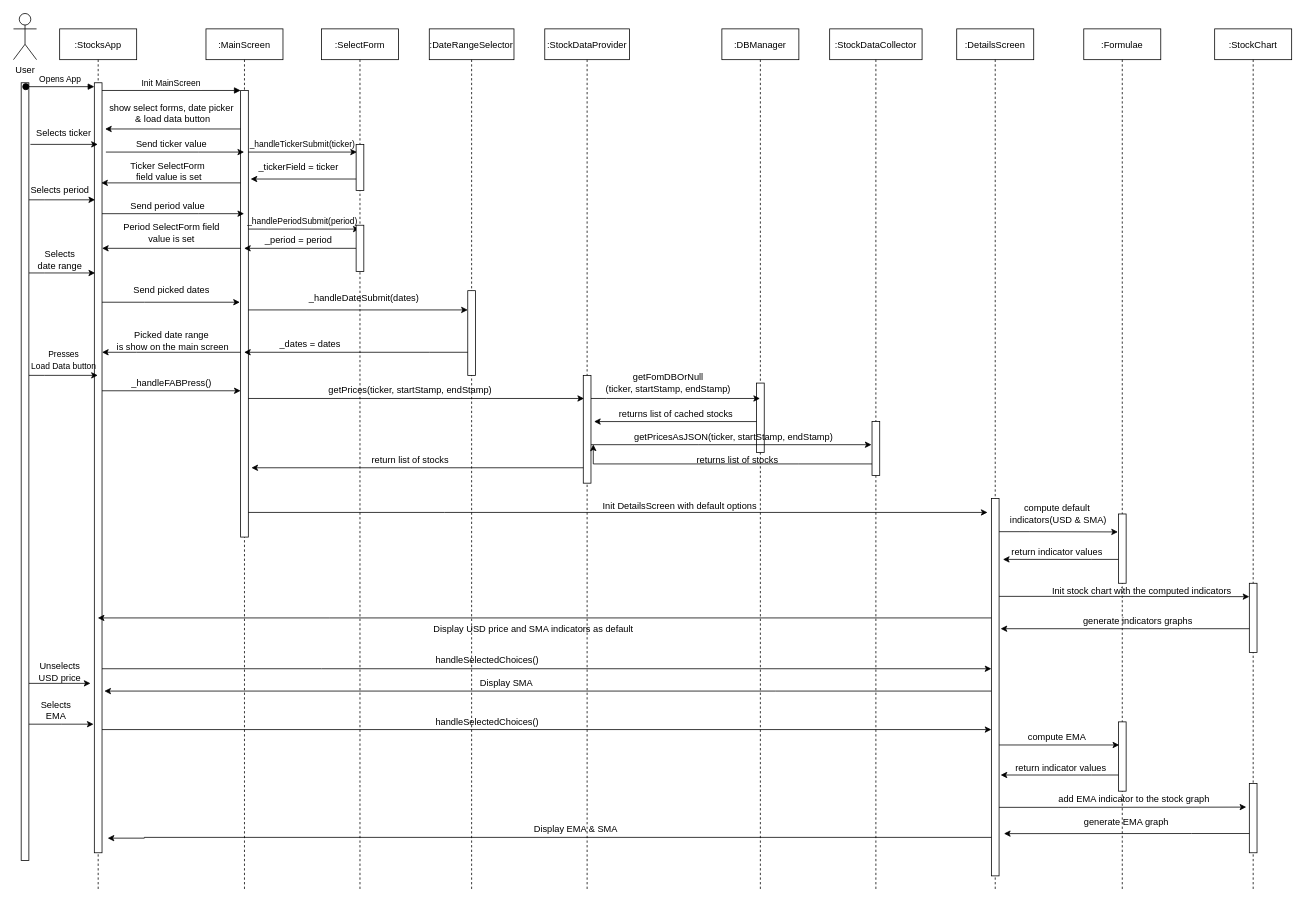
This is diagrams/SequenceDiagram.drawio from TudorMaxim/FinancialSystemsCoursework, a draw.io file, before an edit. Source tidied: cells renumbered, new cells numbered last; positions are measured from the earlier drawing's top-left corner, leaving out a move shared by most shapes. Both pictures are drawn from the tidied source at 77%, with x=0, y=0 at pixel (13, 13).
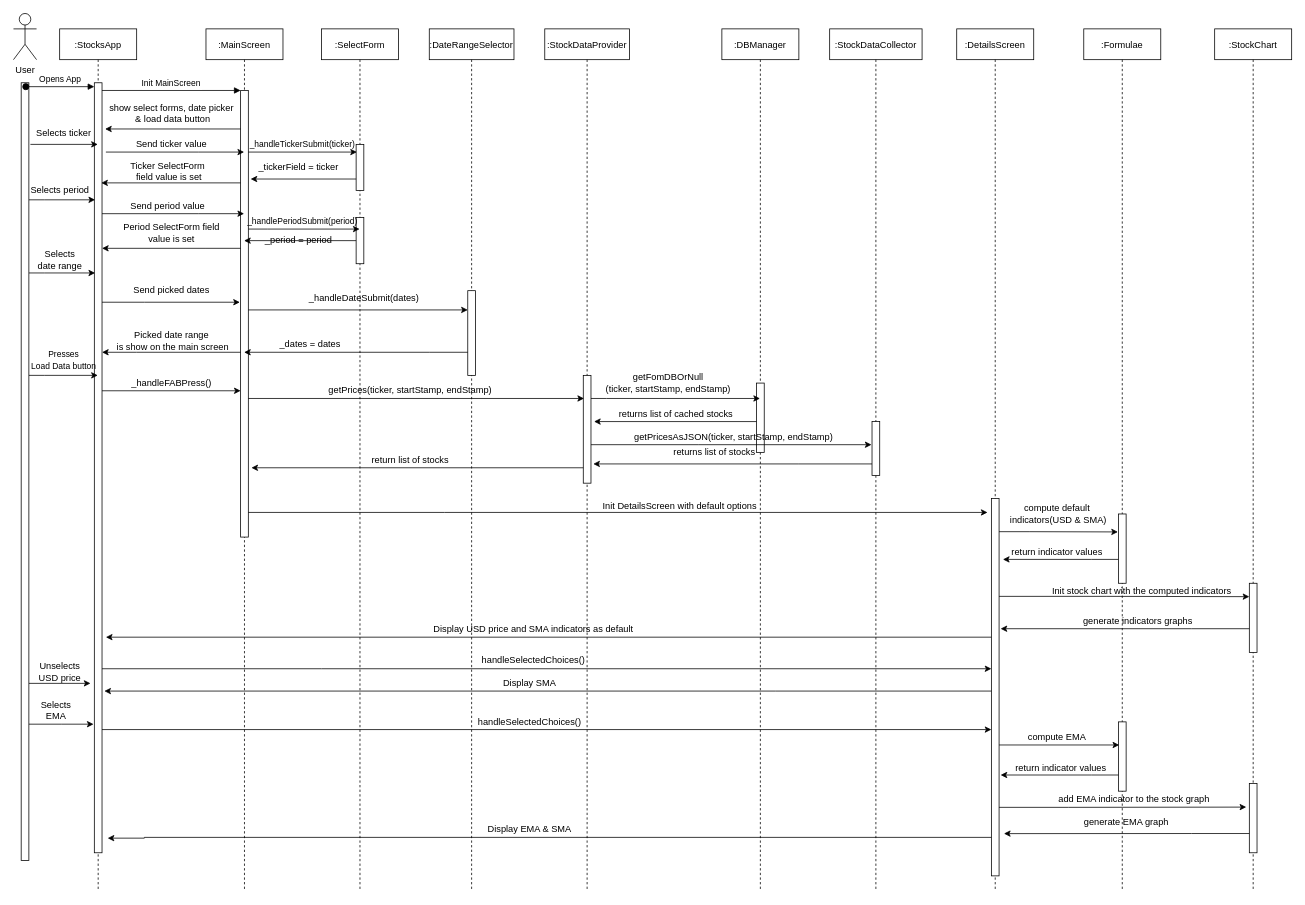
After the change.

The change refers to these unchanged cells:
```xml
<mxCell id="2" value=":StocksApp" style="shape=umlLifeline;perimeter=lifelinePerimeter;rounded=0;shadow=0;strokeWidth=1;" parent="1" vertex="1">
  <mxGeometry x="60" y="20" width="100" height="1120" as="geometry" />
</mxCell>
<mxCell id="13" value=":SelectForm" style="shape=umlLifeline;perimeter=lifelinePerimeter;rounded=0;shadow=0;strokeWidth=1;" parent="1" vertex="1">
  <mxGeometry x="400" y="20" width="100" height="1120" as="geometry" />
</mxCell>
<mxCell id="53" style="points=[];perimeter=orthogonalPerimeter;rounded=0;shadow=0;strokeWidth=1;" parent="52" vertex="1">
  <mxGeometry x="55" y="510" width="10" height="70" as="geometry" />
</mxCell>
<mxCell id="64" style="points=[];perimeter=orthogonalPerimeter;rounded=0;shadow=0;strokeWidth=1;" parent="63" vertex="1">
  <mxGeometry x="50" y="450" width="10" height="140" as="geometry" />
</mxCell>
<mxCell id="80" style="points=[];perimeter=orthogonalPerimeter;rounded=0;shadow=0;strokeWidth=1;" parent="79" vertex="1">
  <mxGeometry x="45" y="610" width="10" height="490" as="geometry" />
</mxCell>
```

The edit, as a diff of the source:
```diff
@@
+    <mxCell id="44" style="points=[];perimeter=orthogonalPerimeter;rounded=0;shadow=0;strokeWidth=1;" parent="13" vertex="1">
+      <mxGeometry x="45" y="245" width="10" height="60" as="geometry" />
+    </mxCell>
@@
-    <mxCell id="44" style="points=[];perimeter=orthogonalPerimeter;rounded=0;shadow=0;strokeWidth=1;" parent="1" vertex="1">
-      <mxGeometry x="445" y="275" width="10" height="60" as="geometry" />
-    </mxCell>
@@
     <mxCell id="58" value="handleSelectedChoices()" style="text;html=1;align=center;verticalAlign=middle;" parent="1" vertex="1">
-      <mxGeometry x="540" y="830" width="150" height="20" as="geometry" />
+      <mxGeometry x="600" y="830" width="150" height="20" as="geometry" />
     </mxCell>
@@
-    <mxCell id="76" style="edgeStyle=orthogonalEdgeStyle;rounded=0;jettySize=auto;html=1;entryX=1.3;entryY=0.641;entryDx=0;entryDy=0;entryPerimeter=0;" parent="1" edge="1" source="53" target="64">
+    <mxCell id="76" style="edgeStyle=orthogonalEdgeStyle;rounded=0;jettySize=auto;html=1;" parent="1" edge="1" source="53">
       <mxGeometry relative="1" as="geometry">
+        <mxPoint x="753" y="585" as="targetPoint" />
         <Array as="points">
           <mxPoint x="1020" y="585" />
           <mxPoint x="1020" y="585" />
         </Array>
       </mxGeometry>
     </mxCell>
@@
     <mxCell id="78" value="returns list of stocks" style="text;html=1;align=center;verticalAlign=middle;" parent="1" vertex="1">
-      <mxGeometry x="880" y="570" width="120" height="20" as="geometry" />
+      <mxGeometry x="850" y="560" width="120" height="20" as="geometry" />
     </mxCell>
@@
-    <mxCell id="90" style="edgeStyle=orthogonalEdgeStyle;rounded=0;jettySize=auto;html=1;" parent="1" edge="1" source="80" target="2">
+    <mxCell id="90" style="edgeStyle=orthogonalEdgeStyle;rounded=0;jettySize=auto;html=1;" parent="1" edge="1" source="80">
       <mxGeometry relative="1" as="geometry">
+        <mxPoint x="120" y="810" as="targetPoint" />
         <Array as="points">
-          <mxPoint x="410" y="785" />
-          <mxPoint x="410" y="785" />
+          <mxPoint x="1120" y="810" />
+          <mxPoint x="1120" y="810" />
         </Array>
       </mxGeometry>
     </mxCell>
@@
     <mxCell id="93" value="Display SMA" style="text;html=1;align=center;verticalAlign=middle;" parent="1" vertex="1">
-      <mxGeometry x="600" y="860" width="80" height="20" as="geometry" />
+      <mxGeometry x="630" y="860" width="80" height="20" as="geometry" />
     </mxCell>
@@
     <mxCell id="96" value="handleSelectedChoices()" style="text;html=1;align=center;verticalAlign=middle;" parent="1" vertex="1">
-      <mxGeometry x="540" y="910" width="150" height="20" as="geometry" />
+      <mxGeometry x="595" y="910" width="150" height="20" as="geometry" />
     </mxCell>
@@
     <mxCell id="108" value="Display EMA &amp;amp; SMA" style="text;html=1;align=center;verticalAlign=middle;" parent="1" vertex="1">
-      <mxGeometry x="670" y="1050" width="120" height="20" as="geometry" />
+      <mxGeometry x="610" y="1050" width="120" height="20" as="geometry" />
     </mxCell>
```
